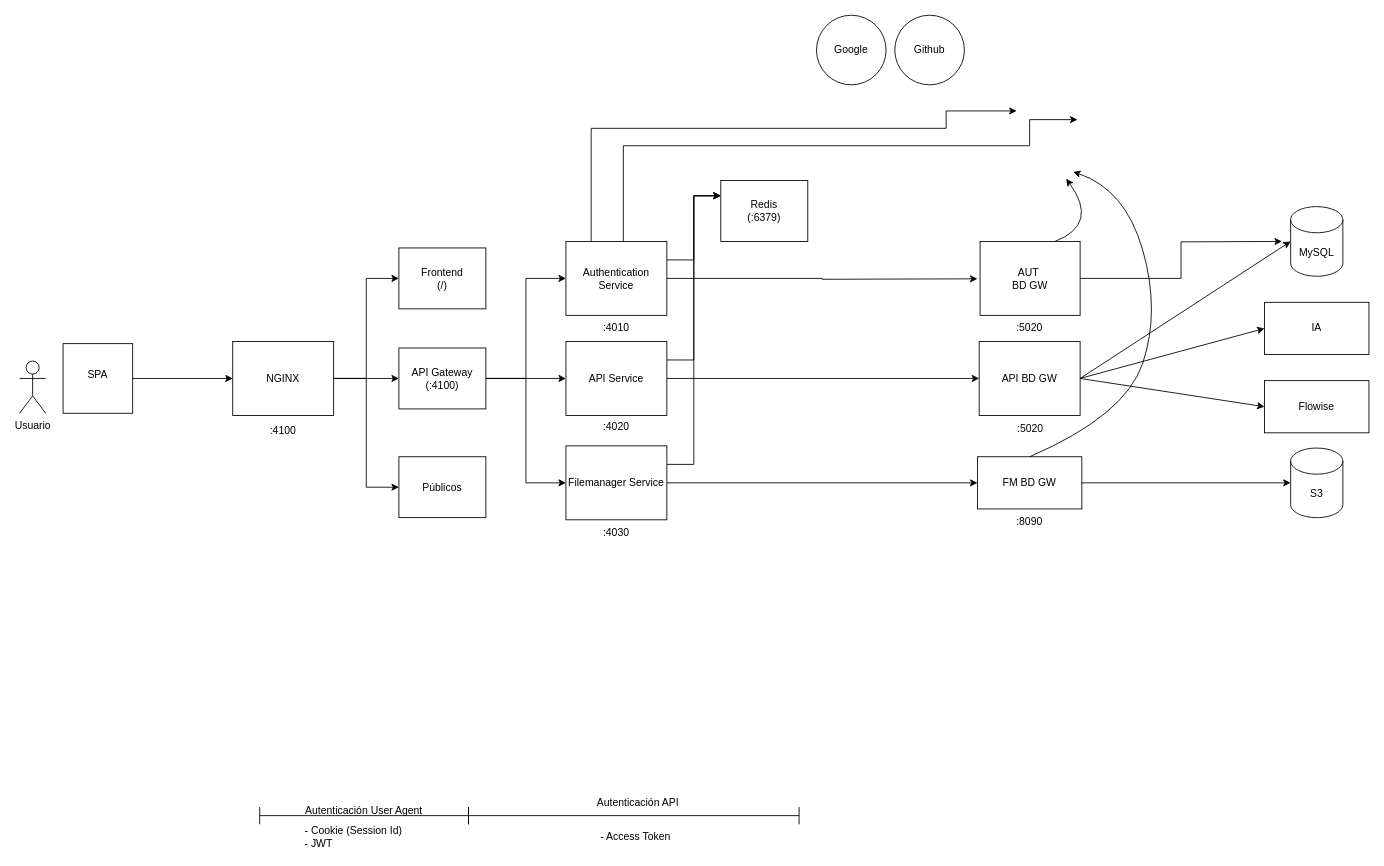
Before: page "Copia de Microservicios" (9 of 14) of Diagrama sin título.drawio in ocpdata/new-repo, a draw.io diagram. Source tidied: cells renumbered, new cells numbered last; positions are measured from the earlier drawing's top-left corner, leaving out a move shared by most shapes. Both pictures are drawn from the tidied source at 87%, with x=0, y=0 at pixel (19, 15).
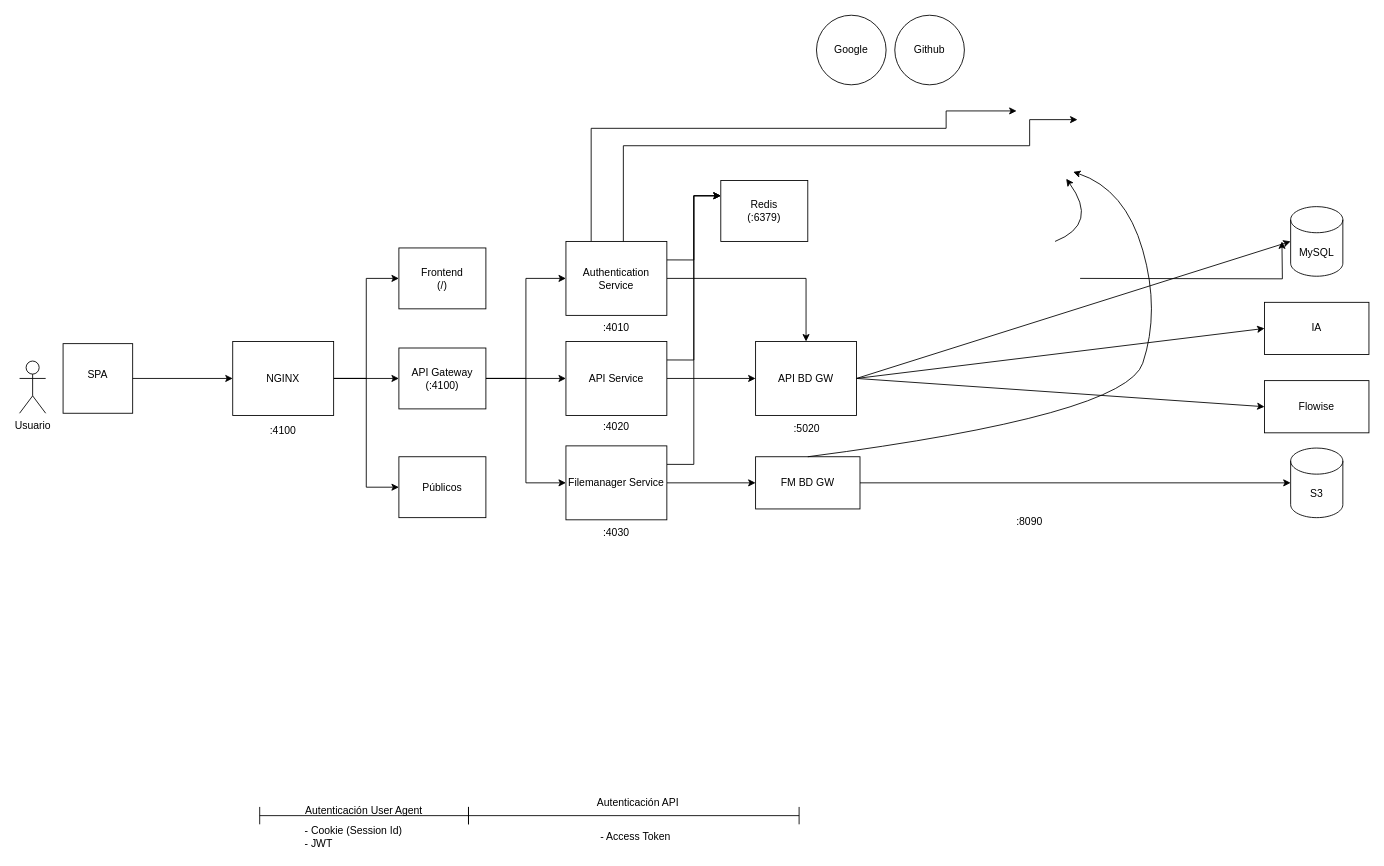
The same page after the edit.

Unchanged cells that the change refers to:
```xml
<mxCell id="41" value="Filemanager Service" style="rounded=0;whiteSpace=wrap;html=1;" parent="1" vertex="1">
  <mxGeometry x="628" y="495" width="116" height="85" as="geometry" />
</mxCell>
<mxCell id="49" value="Authentication Service" style="rounded=0;whiteSpace=wrap;html=1;" parent="1" vertex="1">
  <mxGeometry x="628" y="260" width="116" height="85" as="geometry" />
</mxCell>
```

The edit, as a diff of the source:
```diff
@@
-    <mxCell id="5" style="edgeStyle=orthogonalEdgeStyle;rounded=0;jettySize=auto;html=1;exitX=1;exitY=0.5;exitDx=0;exitDy=0;" parent="1" edge="1" source="49">
-      <mxGeometry relative="1" as="geometry">
-        <mxPoint x="1101" y="303" as="targetPoint" />
-      </mxGeometry>
+    <mxCell id="5" style="edgeStyle=orthogonalEdgeStyle;rounded=0;jettySize=auto;html=1;exitX=1;exitY=0.5;exitDx=0;exitDy=0;entryX=0.5;entryY=0;entryDx=0;entryDy=0;" parent="1" edge="1" source="49" target="47">
+      <mxGeometry relative="1" as="geometry" />
     </mxCell>
@@
-    <mxCell id="7" style="edgeStyle=orthogonalEdgeStyle;rounded=0;jettySize=auto;html=1;exitX=1;exitY=0.5;exitDx=0;exitDy=0;" parent="1" edge="1" source="8">
+    <mxCell id="7" style="edgeStyle=orthogonalEdgeStyle;rounded=0;orthogonalLoop=1;jettySize=auto;html=1;exitX=1;exitY=0.5;exitDx=0;exitDy=0;" parent="1" edge="1">
       <mxGeometry relative="1" as="geometry">
+        <mxPoint x="1219" y="302.5" as="sourcePoint" />
         <mxPoint x="1451" y="260" as="targetPoint" />
       </mxGeometry>
     </mxCell>
-    <mxCell id="8" value="AUT&amp;nbsp;&lt;div&gt;BD GW&lt;/div&gt;" style="rounded=0;whiteSpace=wrap;html=1;" parent="1" vertex="1">
-      <mxGeometry x="1104" y="260" width="115" height="85" as="geometry" />
-    </mxCell>
@@
     <mxCell id="11" value="FM BD GW" style="rounded=0;whiteSpace=wrap;html=1;" parent="1" vertex="1">
-      <mxGeometry x="1101" y="507.5" width="120" height="60" as="geometry" />
+      <mxGeometry x="846" y="507.5" width="120" height="60" as="geometry" />
     </mxCell>
@@
-    <mxCell id="23" style="edgeStyle=orthogonalEdgeStyle;rounded=0;jettySize=auto;html=1;exitX=1;exitY=0.5;exitDx=0;exitDy=0;entryX=0;entryY=0.5;entryDx=0;entryDy=0;" parent="1" edge="1" source="41" target="11">
-      <mxGeometry relative="1" as="geometry">
-        <Array as="points">
-          <mxPoint x="1091" y="538" />
-        </Array>
-      </mxGeometry>
-    </mxCell>
@@
-    <mxCell id="26" style="curved=1;endArrow=classic;html=1;rounded=0;exitX=0.75;exitY=0;exitDx=0;exitDy=0;entryX=1.025;entryY=0.6;entryDx=0;entryDy=0;entryPerimeter=0;" parent="1" edge="1" source="8">
+    <mxCell id="26" style="curved=1;endArrow=classic;html=1;rounded=0;exitX=0.75;exitY=0;exitDx=0;exitDy=0;entryX=1.025;entryY=0.6;entryDx=0;entryDy=0;entryPerimeter=0;" parent="1" edge="1">
       <mxGeometry relative="1" as="geometry">
+        <mxPoint x="1190.2" y="260" as="sourcePoint" />
         <mxPoint x="1203" y="188" as="targetPoint" />
         <Array as="points">
           <mxPoint x="1241" y="240" />
         </Array>
       </mxGeometry>
     </mxCell>
@@
+    <mxCell id="23" style="edgeStyle=orthogonalEdgeStyle;rounded=0;jettySize=auto;html=1;exitX=1;exitY=0.5;exitDx=0;exitDy=0;entryX=0;entryY=0.5;entryDx=0;entryDy=0;" parent="1" edge="1" source="41" target="11">
+      <mxGeometry relative="1" as="geometry" />
+    </mxCell>
@@
     <mxCell id="47" value="API BD GW" style="rounded=0;whiteSpace=wrap;html=1;" parent="1" vertex="1">
-      <mxGeometry x="1103" y="375" width="116" height="85" as="geometry" />
+      <mxGeometry x="846" y="375" width="116" height="85" as="geometry" />
     </mxCell>
@@
-    <mxCell id="51" value=":5020" style="text;strokeColor=none;align=center;fillColor=none;html=1;verticalAlign=middle;whiteSpace=wrap;rounded=0;" parent="1" vertex="1">
-      <mxGeometry x="1131" y="345" width="60" height="30" as="geometry" />
-    </mxCell>
     <mxCell id="52" value=":5020" style="text;strokeColor=none;align=center;fillColor=none;html=1;verticalAlign=middle;whiteSpace=wrap;rounded=0;" parent="1" vertex="1">
-      <mxGeometry x="1131.5" y="460" width="60" height="30" as="geometry" />
+      <mxGeometry x="874.5" y="460" width="60" height="30" as="geometry" />
     </mxCell>
```
